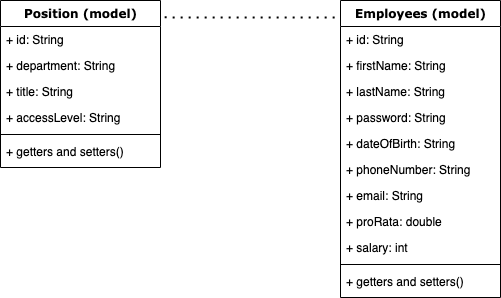
Before: Diagrams/UML Diagram.png, a diagram exported from draw.io (remily23/capstone_hr_management_system). Source tidied: cells renumbered, new cells last; positions are measured from the earlier drawing's top-left corner, leaving out a move shared by most shapes.
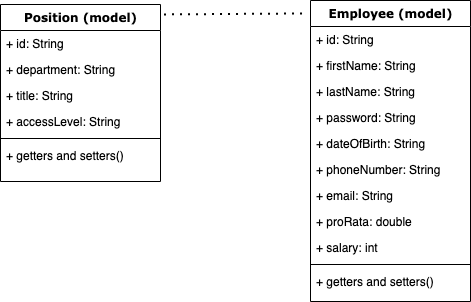
After the commit.

Commit message:
amended UML Diagram

The edit, as a diff of the source:
```diff
@@ -3,7 +3,7 @@
     <mxCell id="0" />
     <mxCell id="1" parent="0" />
     <mxCell id="2" value="Position (model)" style="swimlane;html=1;fontStyle=1;align=center;verticalAlign=top;horizontal=1;startSize=26;swimlaneFillColor=#ffffff;rounded=0;shadow=0;comic=0;labelBackgroundColor=none;strokeWidth=1;fillColor=none;fontFamily=Verdana;fontSize=12;" parent="1" vertex="1">
-      <mxGeometry width="160" height="167" as="geometry" />
+      <mxGeometry width="160" height="177" as="geometry" />
     </mxCell>
     <mxCell id="3" value="+ id: String" style="text;html=1;strokeColor=none;fillColor=none;align=left;verticalAlign=top;spacingLeft=4;spacingRight=4;whiteSpace=wrap;overflow=hidden;" parent="2" vertex="1">
       <mxGeometry y="26" width="160" height="26" as="geometry" />
@@ -23,8 +23,8 @@
     <mxCell id="8" value="+ getters and setters()" style="text;html=1;strokeColor=none;fillColor=none;align=left;verticalAlign=top;spacingLeft=4;spacingRight=4;whiteSpace=wrap;overflow=hidden;" parent="2" vertex="1">
       <mxGeometry y="138" width="160" height="26" as="geometry" />
     </mxCell>
-    <mxCell id="9" value="Employees (model)" style="swimlane;html=1;fontStyle=1;align=center;verticalAlign=top;horizontal=1;startSize=26;swimlaneFillColor=#ffffff;rounded=0;shadow=0;comic=0;labelBackgroundColor=none;strokeWidth=1;fillColor=none;fontFamily=Verdana;fontSize=12;" parent="1" vertex="1">
-      <mxGeometry x="340" width="160" height="297" as="geometry" />
+    <mxCell id="9" value="Employee (model)" style="swimlane;html=1;fontStyle=1;align=center;verticalAlign=top;horizontal=1;startSize=26;swimlaneFillColor=#ffffff;rounded=0;shadow=0;comic=0;labelBackgroundColor=none;strokeWidth=1;fillColor=none;fontFamily=Verdana;fontSize=12;" parent="1" vertex="1">
+      <mxGeometry x="310" y="-4" width="160" height="301" as="geometry" />
     </mxCell>
     <mxCell id="10" value="+ id: String" style="text;html=1;strokeColor=none;fillColor=none;align=left;verticalAlign=top;spacingLeft=4;spacingRight=4;whiteSpace=wrap;overflow=hidden;" parent="9" vertex="1">
       <mxGeometry y="26" width="160" height="26" as="geometry" />
@@ -59,10 +59,8 @@
     <mxCell id="20" value="+ getters and setters()" style="text;html=1;strokeColor=none;fillColor=none;align=left;verticalAlign=top;spacingLeft=4;spacingRight=4;whiteSpace=wrap;overflow=hidden;" parent="9" vertex="1">
       <mxGeometry y="268" width="160" height="26" as="geometry" />
     </mxCell>
-    <mxCell id="21" style="endArrow=none;dashed=1;html=1;dashPattern=1 3;strokeWidth=2;rounded=0;exitX=1.026;exitY=0.101;exitDx=0;exitDy=0;exitPerimeter=0;" parent="1" edge="1" source="2">
-      <mxGeometry relative="1" as="geometry">
-        <mxPoint x="340" y="17" as="targetPoint" />
-      </mxGeometry>
-    </mxCell>
+    <mxCell id="22" style="endArrow=none;dashed=1;html=1;dashPattern=1 3;strokeWidth=2;rounded=0;exitX=1.022;exitY=0.056;exitDx=0;exitDy=0;exitPerimeter=0;entryX=-0.017;entryY=0.043;entryDx=0;entryDy=0;entryPerimeter=0;" parent="1" edge="1" source="2" target="9">
+      <mxGeometry relative="1" as="geometry" />
+    </mxCell>
   </root>
 </mxGraphModel>
```
